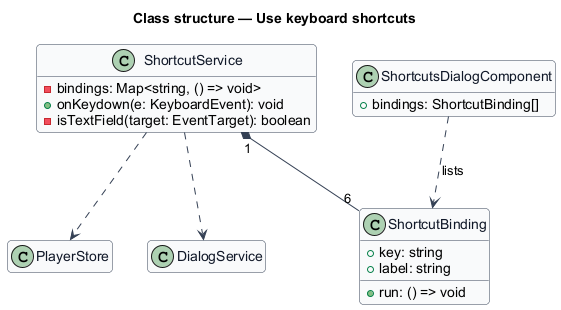
The PlantUML diagram docs/detailed-designs/playback/keyboard-shortcuts/diagrams/class-structure.png in QuinntyneBrown/hummi, before a commit.
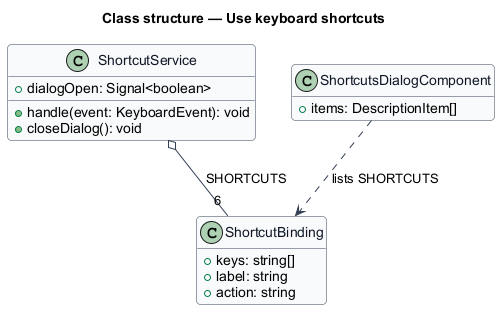
Later version of the same file.

What changed in the source:
```diff
@@ -12,21 +12,19 @@
 hide empty members
 title Class structure — Use keyboard shortcuts
 
+class ShortcutBinding {
+  +keys: string[]
+  +label: string
+  +action: string
+}
 class ShortcutService {
-  -bindings: Map<string, () => void>
-  +onKeydown(e: KeyboardEvent): void
-  -isTextField(target: EventTarget): boolean
-}
-class ShortcutBinding {
-  +key: string
-  +label: string
-  +run: () => void
+  +dialogOpen: Signal<boolean>
+  +handle(event: KeyboardEvent): void
+  +closeDialog(): void
 }
 class ShortcutsDialogComponent {
-  +bindings: ShortcutBinding[]
+  +items: DescriptionItem[]
 }
-ShortcutService "1" *-- "6" ShortcutBinding
-ShortcutService ..> PlayerStore
-ShortcutService ..> DialogService
-ShortcutsDialogComponent ..> ShortcutBinding : lists
+ShortcutService o-- "6" ShortcutBinding : SHORTCUTS
+ShortcutsDialogComponent ..> ShortcutBinding : lists SHORTCUTS
 @enduml
```
